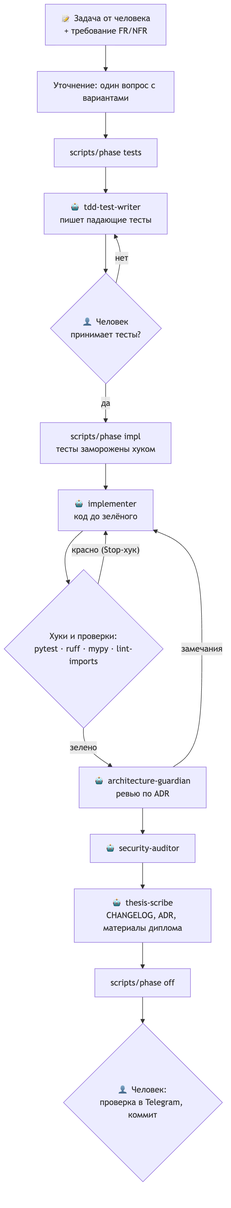
Above: docs/architecture/diagrams/06-agent-loop.png in abdra04-gif/muallim (Mermaid), before the change. Its source is kept beside it as docs/architecture/diagrams/06-agent-loop.mmd. Its diagram source:
```mermaid
flowchart TB
    task["📝 Задача от человека<br/>+ требование FR/NFR"] --> spec["Уточнение: один вопрос с вариантами"]
    spec --> phT["scripts/phase tests"]
    phT --> tw["🤖 tdd-test-writer<br/>пишет падающие тесты"]
    tw --> human1{"👤 Человек<br/>принимает тесты?"}
    human1 -- нет --> tw
    human1 -- да --> phI["scripts/phase impl<br/>тесты заморожены хуком"]
    phI --> impl["🤖 implementer<br/>код до зелёного"]
    impl --> gates{"Хуки и проверки:<br/>pytest · ruff · mypy · lint-imports"}
    gates -- "красно (Stop-хук)" --> impl
    gates -- зелено --> arch["🤖 architecture-guardian<br/>ревью по ADR"]
    arch -- замечания --> impl
    arch --> sec["🤖 security-auditor"]
    sec --> scribe["🤖 thesis-scribe<br/>CHANGELOG, ADR, материалы диплома"]
    scribe --> phO["scripts/phase off"]
    phO --> human2{"👤 Человек:<br/>проверка в Telegram, коммит"}
```
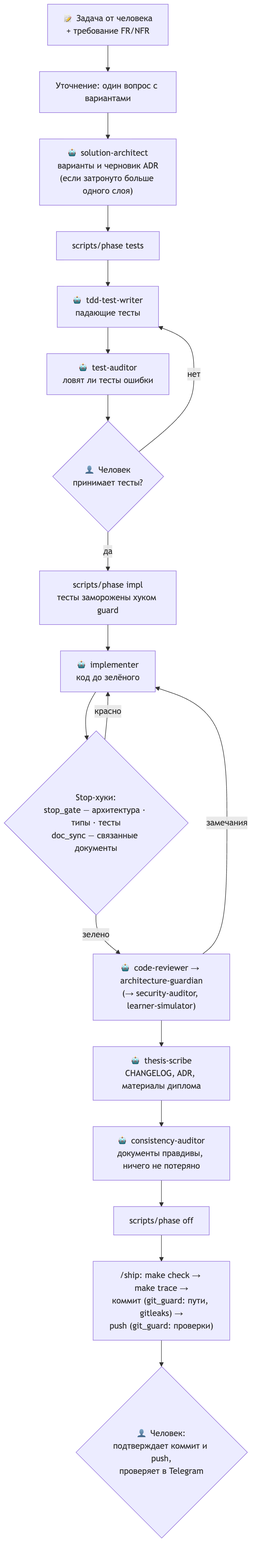
The same diagram one commit later.

What changed in the source:
```diff
@@ -1,16 +1,19 @@
 flowchart TB
     task["📝 Задача от человека<br/>+ требование FR/NFR"] --> spec["Уточнение: один вопрос с вариантами"]
-    spec --> phT["scripts/phase tests"]
-    phT --> tw["🤖 tdd-test-writer<br/>пишет падающие тесты"]
-    tw --> human1{"👤 Человек<br/>принимает тесты?"}
+    spec --> sa["🤖 solution-architect<br/>варианты и черновик ADR<br/>(если затронуто больше одного слоя)"]
+    sa --> phT["scripts/phase tests"]
+    phT --> tw["🤖 tdd-test-writer<br/>падающие тесты"]
+    tw --> ta["🤖 test-auditor<br/>ловят ли тесты ошибки"]
+    ta --> human1{"👤 Человек<br/>принимает тесты?"}
     human1 -- нет --> tw
-    human1 -- да --> phI["scripts/phase impl<br/>тесты заморожены хуком"]
+    human1 -- да --> phI["scripts/phase impl<br/>тесты заморожены хуком guard"]
     phI --> impl["🤖 implementer<br/>код до зелёного"]
-    impl --> gates{"Хуки и проверки:<br/>pytest · ruff · mypy · lint-imports"}
-    gates -- "красно (Stop-хук)" --> impl
-    gates -- зелено --> arch["🤖 architecture-guardian<br/>ревью по ADR"]
-    arch -- замечания --> impl
-    arch --> sec["🤖 security-auditor"]
-    sec --> scribe["🤖 thesis-scribe<br/>CHANGELOG, ADR, материалы диплома"]
-    scribe --> phO["scripts/phase off"]
-    phO --> human2{"👤 Человек:<br/>проверка в Telegram, коммит"}
+    impl --> gates{"Stop-хуки:<br/>stop_gate — архитектура · типы · тесты<br/>doc_sync — связанные документы"}
+    gates -- красно --> impl
+    gates -- зелено --> cr["🤖 code-reviewer → architecture-guardian<br/>(→ security-auditor, learner-simulator)"]
+    cr -- замечания --> impl
+    cr --> scribe["🤖 thesis-scribe<br/>CHANGELOG, ADR, материалы диплома"]
+    scribe --> ca["🤖 consistency-auditor<br/>документы правдивы, ничего не потеряно"]
+    ca --> phO["scripts/phase off"]
+    phO --> ship["/ship: make check → make trace →<br/>коммит (git_guard: пути, gitleaks) →<br/>push (git_guard: проверки)"]
+    ship --> human2{"👤 Человек:<br/>подтверждает коммит и push,<br/>проверяет в Telegram"}
```
